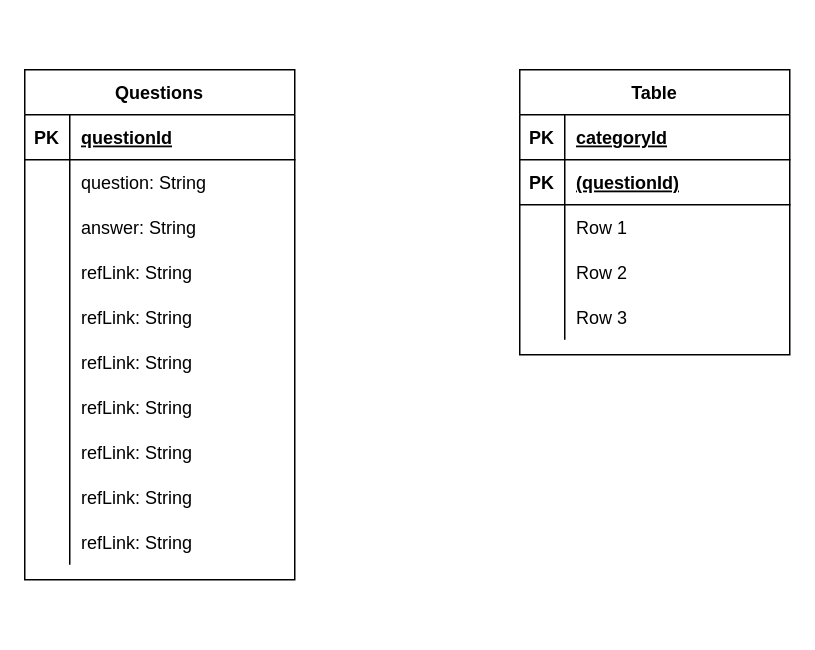
The draw.io diagram schema.drawio in Commando-Brando/Portfolio-Page, before the edit. Source tidied: cells renumbered, new cells numbered last; positions are measured from the earlier drawing's top-left corner, leaving out a move shared by most shapes. Both pictures are drawn from the tidied source at 150%, with x=0, y=0 at pixel (24, 69).
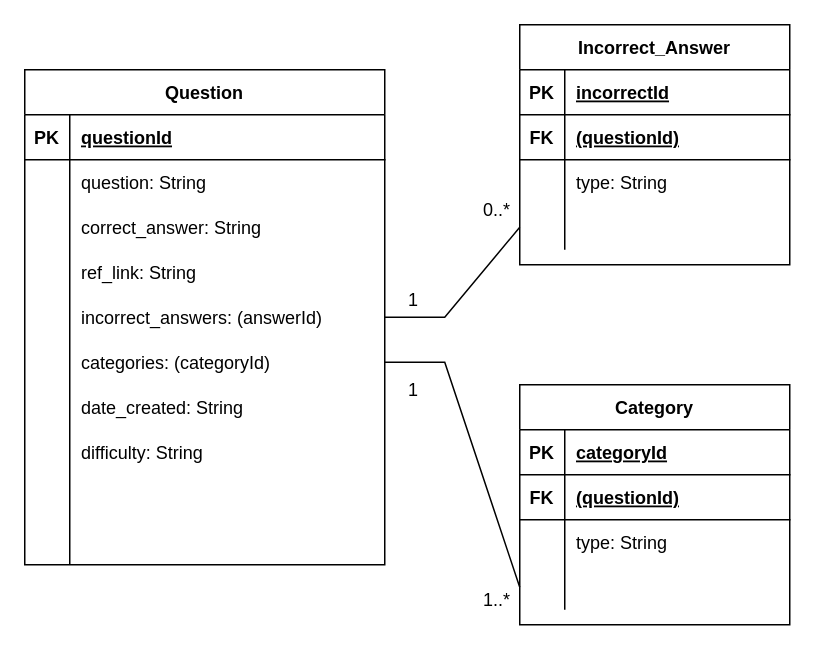
The same diagram, later.

Unchanged cells that the change refers to:
```xml
<mxCell id="37" style="shape=tableRow;horizontal=0;startSize=0;swimlaneHead=0;swimlaneBody=0;fillColor=none;top=0;left=0;right=0;bottom=1;" parent="33" vertex="1">
  <mxGeometry y="60" width="180" height="30" as="geometry" />
</mxCell>
<mxCell id="40" style="shape=tableRow;horizontal=0;startSize=0;swimlaneHead=0;swimlaneBody=0;fillColor=none;top=0;left=0;right=0;bottom=0;" parent="33" vertex="1">
  <mxGeometry y="90" width="180" height="30" as="geometry" />
</mxCell>
<mxCell id="43" style="shape=tableRow;horizontal=0;startSize=0;swimlaneHead=0;swimlaneBody=0;fillColor=none;points=[[0,0.5],[1,0.5]];portConstraint=eastwest;top=0;left=0;right=0;bottom=0;" parent="33" vertex="1">
  <mxGeometry y="120" width="180" height="30" as="geometry" />
</mxCell>
```

The edit, as a diff of the source:
```diff
@@
-    <mxCell id="2" value="Questions" style="shape=table;startSize=30;childLayout=tableLayout;rowLines=0;fontStyle=1;align=center;" parent="1" vertex="1">
-      <mxGeometry width="180" height="340" as="geometry" />
+    <mxCell id="2" value="Question" style="shape=table;startSize=30;childLayout=tableLayout;rowLines=0;fontStyle=1;align=center;" parent="1" vertex="1">
+      <mxGeometry width="240" height="330" as="geometry" />
     </mxCell>
     <mxCell id="3" style="shape=tableRow;horizontal=0;startSize=0;swimlaneHead=0;swimlaneBody=0;fillColor=none;top=0;left=0;right=0;bottom=1;" parent="2" vertex="1">
-      <mxGeometry y="30" width="180" height="30" as="geometry" />
+      <mxGeometry y="30" width="240" height="30" as="geometry" />
     </mxCell>
@@
     <mxCell id="5" value="questionId" style="shape=partialRectangle;fillColor=none;top=0;left=0;bottom=0;right=0;align=left;spacingLeft=6;fontStyle=5;overflow=hidden;" parent="3" vertex="1">
-      <mxGeometry x="30" width="150" height="30" as="geometry" />
+      <mxGeometry x="30" width="210" height="30" as="geometry" />
     </mxCell>
     <mxCell id="6" style="shape=tableRow;horizontal=0;startSize=0;swimlaneHead=0;swimlaneBody=0;fillColor=none;top=0;left=0;right=0;bottom=0;" parent="2" vertex="1">
-      <mxGeometry y="60" width="180" height="30" as="geometry" />
+      <mxGeometry y="60" width="240" height="30" as="geometry" />
     </mxCell>
@@
     <mxCell id="8" value="question: String" style="shape=partialRectangle;fillColor=none;top=0;left=0;bottom=0;right=0;align=left;spacingLeft=6;overflow=hidden;" parent="6" vertex="1">
-      <mxGeometry x="30" width="150" height="30" as="geometry" />
+      <mxGeometry x="30" width="210" height="30" as="geometry" />
     </mxCell>
     <mxCell id="9" style="shape=tableRow;horizontal=0;startSize=0;swimlaneHead=0;swimlaneBody=0;fillColor=none;top=0;left=0;right=0;bottom=0;" parent="2" vertex="1">
-      <mxGeometry y="90" width="180" height="30" as="geometry" />
+      <mxGeometry y="90" width="240" height="30" as="geometry" />
     </mxCell>
@@
-    <mxCell id="11" value="answer: String" style="shape=partialRectangle;fillColor=none;top=0;left=0;bottom=0;right=0;align=left;spacingLeft=6;overflow=hidden;" parent="9" vertex="1">
-      <mxGeometry x="30" width="150" height="30" as="geometry" />
+    <mxCell id="11" value="correct_answer: String" style="shape=partialRectangle;fillColor=none;top=0;left=0;bottom=0;right=0;align=left;spacingLeft=6;overflow=hidden;" parent="9" vertex="1">
+      <mxGeometry x="30" width="210" height="30" as="geometry" />
     </mxCell>
     <mxCell id="12" style="shape=tableRow;horizontal=0;startSize=0;swimlaneHead=0;swimlaneBody=0;fillColor=none;top=0;left=0;right=0;bottom=0;" parent="2" vertex="1">
-      <mxGeometry y="120" width="180" height="30" as="geometry" />
+      <mxGeometry y="120" width="240" height="30" as="geometry" />
     </mxCell>
@@
-    <mxCell id="14" value="refLink: String" style="shape=partialRectangle;fillColor=none;top=0;left=0;bottom=0;right=0;align=left;spacingLeft=6;overflow=hidden;" parent="12" vertex="1">
-      <mxGeometry x="30" width="150" height="30" as="geometry" />
+    <mxCell id="14" value="ref_link: String" style="shape=partialRectangle;fillColor=none;top=0;left=0;bottom=0;right=0;align=left;spacingLeft=6;overflow=hidden;" parent="12" vertex="1">
+      <mxGeometry x="30" width="210" height="30" as="geometry" />
     </mxCell>
     <mxCell id="15" style="shape=tableRow;horizontal=0;startSize=0;swimlaneHead=0;swimlaneBody=0;fillColor=none;points=[[0,0.5],[1,0.5]];portConstraint=eastwest;top=0;left=0;right=0;bottom=0;" parent="2" vertex="1">
-      <mxGeometry y="150" width="180" height="30" as="geometry" />
+      <mxGeometry y="150" width="240" height="30" as="geometry" />
     </mxCell>
@@
-    <mxCell id="17" value="refLink: String" style="shape=partialRectangle;fillColor=none;top=0;left=0;bottom=0;right=0;align=left;spacingLeft=6;overflow=hidden;" parent="15" vertex="1">
-      <mxGeometry x="30" width="150" height="30" as="geometry" />
+    <mxCell id="17" value="incorrect_answers: (answerId)" style="shape=partialRectangle;fillColor=none;top=0;left=0;bottom=0;right=0;align=left;spacingLeft=6;overflow=hidden;" parent="15" vertex="1">
+      <mxGeometry x="30" width="210" height="30" as="geometry" />
     </mxCell>
     <mxCell id="18" style="shape=tableRow;horizontal=0;startSize=0;swimlaneHead=0;swimlaneBody=0;fillColor=none;points=[[0,0.5],[1,0.5]];portConstraint=eastwest;top=0;left=0;right=0;bottom=0;" parent="2" vertex="1">
-      <mxGeometry y="180" width="180" height="30" as="geometry" />
+      <mxGeometry y="180" width="240" height="30" as="geometry" />
     </mxCell>
@@
-    <mxCell id="20" value="refLink: String" style="shape=partialRectangle;fillColor=none;top=0;left=0;bottom=0;right=0;align=left;spacingLeft=6;overflow=hidden;" parent="18" vertex="1">
-      <mxGeometry x="30" width="150" height="30" as="geometry" />
+    <mxCell id="20" value="categories: (categoryId)" style="shape=partialRectangle;fillColor=none;top=0;left=0;bottom=0;right=0;align=left;spacingLeft=6;overflow=hidden;" parent="18" vertex="1">
+      <mxGeometry x="30" width="210" height="30" as="geometry" />
     </mxCell>
     <mxCell id="21" style="shape=tableRow;horizontal=0;startSize=0;swimlaneHead=0;swimlaneBody=0;fillColor=none;top=0;left=0;right=0;bottom=0;" parent="2" vertex="1">
-      <mxGeometry y="210" width="180" height="30" as="geometry" />
+      <mxGeometry y="210" width="240" height="30" as="geometry" />
     </mxCell>
@@
-    <mxCell id="23" value="refLink: String" style="shape=partialRectangle;fillColor=none;top=0;left=0;bottom=0;right=0;align=left;spacingLeft=6;overflow=hidden;" parent="21" vertex="1">
-      <mxGeometry x="30" width="150" height="30" as="geometry" />
+    <mxCell id="23" value="date_created: String" style="shape=partialRectangle;fillColor=none;top=0;left=0;bottom=0;right=0;align=left;spacingLeft=6;overflow=hidden;" parent="21" vertex="1">
+      <mxGeometry x="30" width="210" height="30" as="geometry" />
     </mxCell>
     <mxCell id="24" style="shape=tableRow;horizontal=0;startSize=0;swimlaneHead=0;swimlaneBody=0;fillColor=none;top=0;left=0;right=0;bottom=0;" parent="2" vertex="1">
-      <mxGeometry y="240" width="180" height="30" as="geometry" />
+      <mxGeometry y="240" width="240" height="30" as="geometry" />
     </mxCell>
@@
-    <mxCell id="26" value="refLink: String" style="shape=partialRectangle;fillColor=none;top=0;left=0;bottom=0;right=0;align=left;spacingLeft=6;overflow=hidden;" parent="24" vertex="1">
-      <mxGeometry x="30" width="150" height="30" as="geometry" />
+    <mxCell id="26" value="difficulty: String" style="shape=partialRectangle;fillColor=none;top=0;left=0;bottom=0;right=0;align=left;spacingLeft=6;overflow=hidden;" parent="24" vertex="1">
+      <mxGeometry x="30" width="210" height="30" as="geometry" />
     </mxCell>
     <mxCell id="27" style="shape=tableRow;horizontal=0;startSize=0;swimlaneHead=0;swimlaneBody=0;fillColor=none;top=0;left=0;right=0;bottom=0;" parent="2" vertex="1">
-      <mxGeometry y="270" width="180" height="30" as="geometry" />
+      <mxGeometry y="270" width="240" height="30" as="geometry" />
     </mxCell>
@@
-    <mxCell id="29" value="refLink: String" style="shape=partialRectangle;fillColor=none;top=0;left=0;bottom=0;right=0;align=left;spacingLeft=6;overflow=hidden;" parent="27" vertex="1">
-      <mxGeometry x="30" width="150" height="30" as="geometry" />
+    <mxCell id="29" style="shape=partialRectangle;fillColor=none;top=0;left=0;bottom=0;right=0;align=left;spacingLeft=6;overflow=hidden;" parent="27" vertex="1">
+      <mxGeometry x="30" width="210" height="30" as="geometry" />
     </mxCell>
     <mxCell id="30" style="shape=tableRow;horizontal=0;startSize=0;swimlaneHead=0;swimlaneBody=0;fillColor=none;top=0;left=0;right=0;bottom=0;" parent="2" vertex="1">
-      <mxGeometry y="300" width="180" height="30" as="geometry" />
+      <mxGeometry y="300" width="240" height="30" as="geometry" />
     </mxCell>
@@
-    <mxCell id="32" value="refLink: String" style="shape=partialRectangle;fillColor=none;top=0;left=0;bottom=0;right=0;align=left;spacingLeft=6;overflow=hidden;" parent="30" vertex="1">
-      <mxGeometry x="30" width="150" height="30" as="geometry" />
+    <mxCell id="32" style="shape=partialRectangle;fillColor=none;top=0;left=0;bottom=0;right=0;align=left;spacingLeft=6;overflow=hidden;" parent="30" vertex="1">
+      <mxGeometry x="30" width="210" height="30" as="geometry" />
     </mxCell>
-    <mxCell id="33" value="Table" style="shape=table;startSize=30;childLayout=tableLayout;rowLines=0;fontStyle=1;align=center;" parent="1" vertex="1">
-      <mxGeometry x="330" width="180" height="190" as="geometry" />
+    <mxCell id="33" value="Category" style="shape=table;startSize=30;childLayout=tableLayout;rowLines=0;fontStyle=1;align=center;" parent="1" vertex="1">
+      <mxGeometry x="330" y="210" width="180" height="160" as="geometry" />
     </mxCell>
@@
-    <mxCell id="38" value="PK" style="shape=partialRectangle;fillColor=none;top=0;left=0;bottom=0;right=0;fontStyle=1;overflow=hidden;" parent="37" vertex="1">
+    <mxCell id="38" value="FK" style="shape=partialRectangle;fillColor=none;top=0;left=0;bottom=0;right=0;fontStyle=1;overflow=hidden;" parent="37" vertex="1">
       <mxGeometry width="30" height="30" as="geometry" />
     </mxCell>
@@
-    <mxCell id="42" value="Row 1" style="shape=partialRectangle;fillColor=none;top=0;left=0;bottom=0;right=0;align=left;spacingLeft=6;overflow=hidden;" parent="40" vertex="1">
+    <mxCell id="42" value="type: String" style="shape=partialRectangle;fillColor=none;top=0;left=0;bottom=0;right=0;align=left;spacingLeft=6;overflow=hidden;" parent="40" vertex="1">
       <mxGeometry x="30" width="150" height="30" as="geometry" />
     </mxCell>
@@
-    <mxCell id="45" value="Row 2" style="shape=partialRectangle;fillColor=none;top=0;left=0;bottom=0;right=0;align=left;spacingLeft=6;overflow=hidden;" parent="43" vertex="1">
+    <mxCell id="45" style="shape=partialRectangle;fillColor=none;top=0;left=0;bottom=0;right=0;align=left;spacingLeft=6;overflow=hidden;" parent="43" vertex="1">
       <mxGeometry x="30" width="150" height="30" as="geometry" />
     </mxCell>
-    <mxCell id="46" style="shape=tableRow;horizontal=0;startSize=0;swimlaneHead=0;swimlaneBody=0;fillColor=none;top=0;left=0;right=0;bottom=0;" parent="33" vertex="1">
-      <mxGeometry y="150" width="180" height="30" as="geometry" />
-    </mxCell>
-    <mxCell id="47" style="shape=partialRectangle;fillColor=none;top=0;left=0;bottom=0;right=0;overflow=hidden;" parent="46" vertex="1">
-      <mxGeometry width="30" height="30" as="geometry" />
-    </mxCell>
-    <mxCell id="48" value="Row 3" style="shape=partialRectangle;fillColor=none;top=0;left=0;bottom=0;right=0;align=left;spacingLeft=6;overflow=hidden;" parent="46" vertex="1">
-      <mxGeometry x="30" width="150" height="30" as="geometry" />
-    </mxCell>
+    <mxCell id="49" value="Incorrect_Answer" style="shape=table;startSize=30;childLayout=tableLayout;rowLines=0;fontStyle=1;align=center;" parent="1" vertex="1">
+      <mxGeometry x="330" y="-30" width="180" height="160" as="geometry" />
+    </mxCell>
+    <mxCell id="50" style="shape=tableRow;horizontal=0;startSize=0;swimlaneHead=0;swimlaneBody=0;fillColor=none;top=0;left=0;right=0;bottom=1;" parent="49" vertex="1">
+      <mxGeometry y="30" width="180" height="30" as="geometry" />
+    </mxCell>
+    <mxCell id="51" value="PK" style="shape=partialRectangle;fillColor=none;top=0;left=0;bottom=0;right=0;fontStyle=1;overflow=hidden;" parent="50" vertex="1">
+      <mxGeometry width="30" height="30" as="geometry" />
+    </mxCell>
+    <mxCell id="52" value="incorrectId" style="shape=partialRectangle;fillColor=none;top=0;left=0;bottom=0;right=0;align=left;spacingLeft=6;fontStyle=5;overflow=hidden;" parent="50" vertex="1">
+      <mxGeometry x="30" width="150" height="30" as="geometry" />
+    </mxCell>
+    <mxCell id="53" style="shape=tableRow;horizontal=0;startSize=0;swimlaneHead=0;swimlaneBody=0;fillColor=none;top=0;left=0;right=0;bottom=1;" parent="49" vertex="1">
+      <mxGeometry y="60" width="180" height="30" as="geometry" />
+    </mxCell>
+    <mxCell id="54" value="FK" style="shape=partialRectangle;fillColor=none;top=0;left=0;bottom=0;right=0;fontStyle=1;overflow=hidden;" parent="53" vertex="1">
+      <mxGeometry width="30" height="30" as="geometry" />
+    </mxCell>
+    <mxCell id="55" value="(questionId)" style="shape=partialRectangle;fillColor=none;top=0;left=0;bottom=0;right=0;align=left;spacingLeft=6;fontStyle=5;overflow=hidden;" parent="53" vertex="1">
+      <mxGeometry x="30" width="150" height="30" as="geometry" />
+    </mxCell>
+    <mxCell id="56" style="shape=tableRow;horizontal=0;startSize=0;swimlaneHead=0;swimlaneBody=0;fillColor=none;top=0;left=0;right=0;bottom=0;" parent="49" vertex="1">
+      <mxGeometry y="90" width="180" height="30" as="geometry" />
+    </mxCell>
+    <mxCell id="57" style="shape=partialRectangle;fillColor=none;top=0;left=0;bottom=0;right=0;overflow=hidden;" parent="56" vertex="1">
+      <mxGeometry width="30" height="30" as="geometry" />
+    </mxCell>
+    <mxCell id="58" value="type: String" style="shape=partialRectangle;fillColor=none;top=0;left=0;bottom=0;right=0;align=left;spacingLeft=6;overflow=hidden;" parent="56" vertex="1">
+      <mxGeometry x="30" width="150" height="30" as="geometry" />
+    </mxCell>
+    <mxCell id="59" style="shape=tableRow;horizontal=0;startSize=0;swimlaneHead=0;swimlaneBody=0;fillColor=none;points=[[0,0.5],[1,0.5]];portConstraint=eastwest;top=0;left=0;right=0;bottom=0;" parent="49" vertex="1">
+      <mxGeometry y="120" width="180" height="30" as="geometry" />
+    </mxCell>
+    <mxCell id="60" style="shape=partialRectangle;fillColor=none;top=0;left=0;bottom=0;right=0;overflow=hidden;" parent="59" vertex="1">
+      <mxGeometry width="30" height="30" as="geometry" />
+    </mxCell>
+    <mxCell id="61" style="shape=partialRectangle;fillColor=none;top=0;left=0;bottom=0;right=0;align=left;spacingLeft=6;overflow=hidden;" parent="59" vertex="1">
+      <mxGeometry x="30" width="150" height="30" as="geometry" />
+    </mxCell>
+    <mxCell id="62" style="endArrow=none;html=1;rounded=0;exitX=1;exitY=0.5;exitDx=0;exitDy=0;entryX=0;entryY=0.5;entryDx=0;entryDy=0;" parent="1" edge="1" source="15" target="59">
+      <mxGeometry relative="1" as="geometry">
+        <Array as="points">
+          <mxPoint x="280" y="165" />
+        </Array>
+      </mxGeometry>
+    </mxCell>
+    <mxCell id="63" style="endArrow=none;html=1;rounded=0;entryX=0;entryY=0.5;entryDx=0;entryDy=0;exitX=1;exitY=0.5;exitDx=0;exitDy=0;" parent="1" edge="1" source="18" target="43">
+      <mxGeometry relative="1" as="geometry">
+        <Array as="points">
+          <mxPoint x="280" y="195" />
+        </Array>
+      </mxGeometry>
+    </mxCell>
+    <mxCell id="64" value="1" style="text;strokeColor=none;fillColor=none;spacingLeft=4;spacingRight=4;overflow=hidden;fontSize=12;" parent="1" vertex="1">
+      <mxGeometry x="250" y="200" width="40" height="30" as="geometry" />
+    </mxCell>
+    <mxCell id="65" value="1..*" style="text;strokeColor=none;fillColor=none;spacingLeft=4;spacingRight=4;overflow=hidden;fontSize=12;" parent="1" vertex="1">
+      <mxGeometry x="300" y="340" width="40" height="30" as="geometry" />
+    </mxCell>
+    <mxCell id="66" value="1" style="text;strokeColor=none;fillColor=none;spacingLeft=4;spacingRight=4;overflow=hidden;fontSize=12;" parent="1" vertex="1">
+      <mxGeometry x="250" y="140" width="40" height="30" as="geometry" />
+    </mxCell>
+    <mxCell id="67" value="0..*" style="text;strokeColor=none;fillColor=none;spacingLeft=4;spacingRight=4;overflow=hidden;fontSize=12;" parent="1" vertex="1">
+      <mxGeometry x="300" y="80" width="40" height="30" as="geometry" />
+    </mxCell>
```
